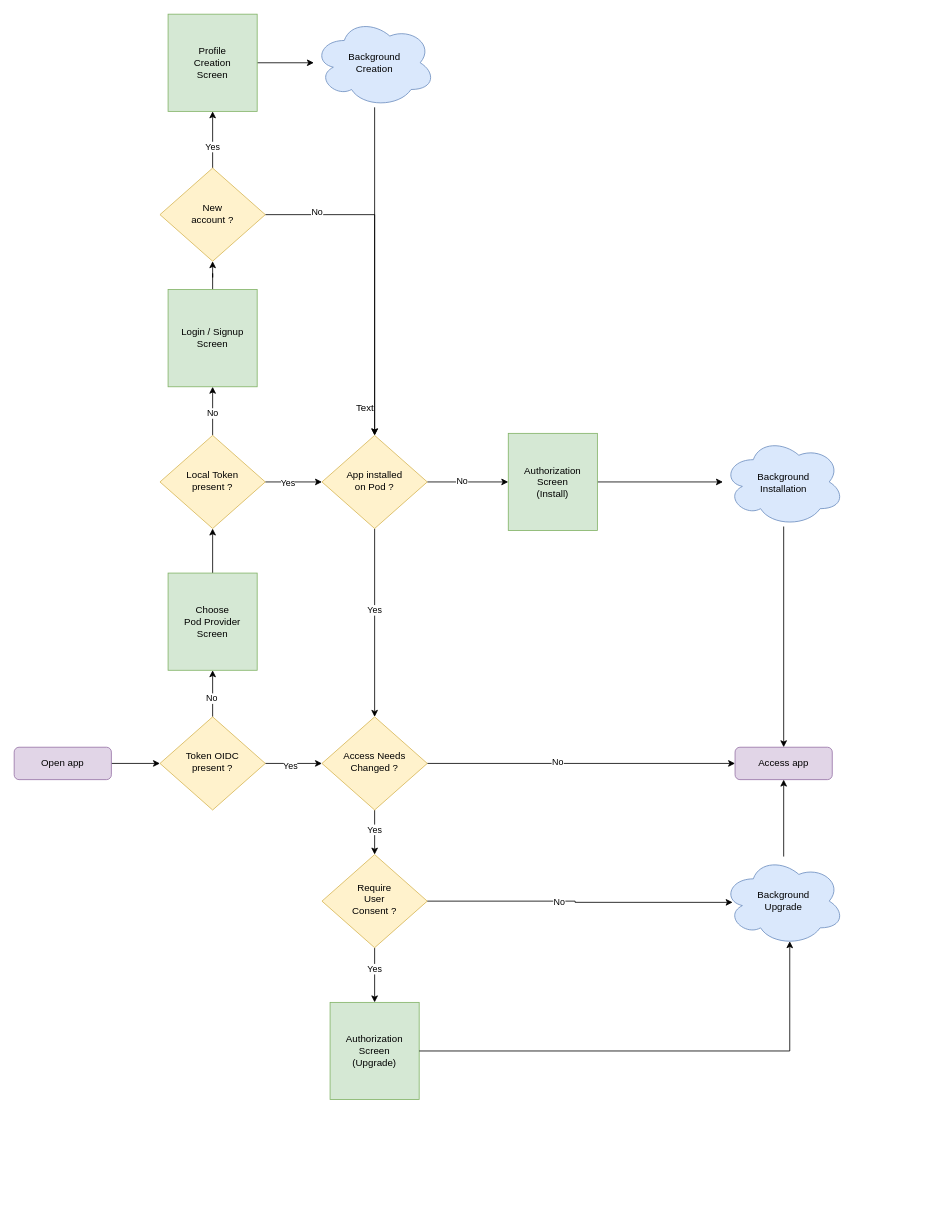
Earlier version of the draw.io diagram app-installation.drawio (activitypods/user-flows). Source tidied: cells renumbered, new cells numbered last; positions are measured from the earlier drawing's top-left corner, leaving out a move shared by most shapes. Both pictures are drawn from the tidied source at 81%, with x=0, y=0 at pixel (14, 14).
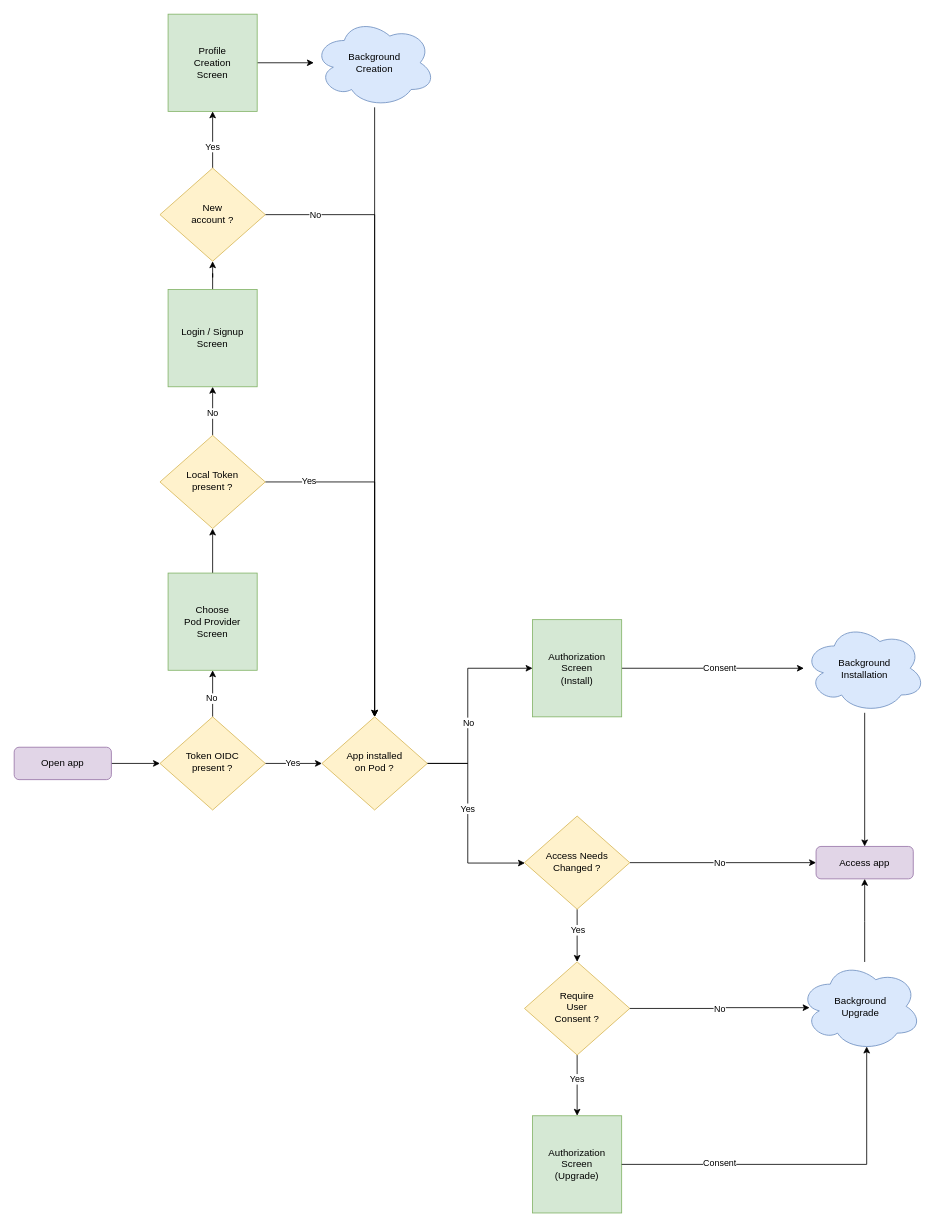
After the change.

Commit message:
Add missing step "Is app installed ?"

The change refers to these unchanged cells:
```xml
<mxCell id="8" value="Token OIDC&lt;br&gt;present ?" style="rhombus;whiteSpace=wrap;html=1;shadow=0;fontFamily=Helvetica;fontSize=12;align=center;strokeWidth=1;spacing=6;spacingTop=-4;fillColor=#fff2cc;strokeColor=#d6b656;" parent="1" vertex="1">
  <mxGeometry x="180" y="867.5" width="130" height="115" as="geometry" />
</mxCell>
<mxCell id="11" style="edgeStyle=orthogonalEdgeStyle;rounded=0;jettySize=auto;html=1;" parent="1" edge="1" source="15" target="16">
  <mxGeometry relative="1" as="geometry" />
</mxCell>
<mxCell id="13" style="edgeStyle=orthogonalEdgeStyle;rounded=0;jettySize=auto;html=1;" parent="1" edge="1" source="15" target="44">
  <mxGeometry relative="1" as="geometry" />
</mxCell>
<mxCell id="19" style="edgeStyle=orthogonalEdgeStyle;rounded=0;jettySize=auto;html=1;fontStyle=0;" parent="1" edge="1" source="21" target="35">
  <mxGeometry relative="1" as="geometry" />
</mxCell>
<mxCell id="26" style="edgeStyle=orthogonalEdgeStyle;rounded=0;jettySize=auto;html=1;entryX=0.5;entryY=0;entryDx=0;entryDy=0;" parent="1" edge="1" source="28" target="35">
  <mxGeometry relative="1" as="geometry" />
</mxCell>
<mxCell id="38" style="edgeStyle=orthogonalEdgeStyle;rounded=0;jettySize=auto;html=1;" parent="1" edge="1" source="39" target="41">
  <mxGeometry relative="1" as="geometry" />
</mxCell>
```

What changed in the source:
```diff
@@
-    <mxCell id="6" style="edgeStyle=orthogonalEdgeStyle;rounded=0;jettySize=auto;html=1;" parent="1" edge="1" source="8" target="15">
-      <mxGeometry relative="1" as="geometry" />
-    </mxCell>
-    <mxCell id="7" value="Yes" style="edgeLabel;html=1;align=center;verticalAlign=middle;" parent="6" vertex="1">
-      <mxGeometry x="-0.14" y="-2" relative="1" as="geometry" />
-    </mxCell>
+    <mxCell id="52" style="edgeStyle=orthogonalEdgeStyle;rounded=0;jettySize=auto;html=1;" parent="1" edge="1" source="8" target="35">
+      <mxGeometry relative="1" as="geometry" />
+    </mxCell>
+    <mxCell id="53" value="Yes" style="edgeLabel;html=1;align=center;verticalAlign=middle;" parent="52" vertex="1">
+      <mxGeometry x="-0.07" y="1" relative="1" as="geometry" />
+    </mxCell>
@@
     <mxCell id="12" value="No" style="edgeLabel;html=1;align=center;verticalAlign=middle;" parent="11" vertex="1">
-      <mxGeometry x="-0.16" y="2" relative="1" as="geometry" />
+      <mxGeometry x="-0.16" y="2" relative="1" as="geometry">
+        <mxPoint x="13" y="2" as="offset" />
+      </mxGeometry>
     </mxCell>
@@
-    <mxCell id="14" value="Yes" style="edgeLabel;html=1;align=center;verticalAlign=middle;" parent="13" vertex="1">
-      <mxGeometry x="-0.12" y="-1" relative="1" as="geometry" />
-    </mxCell>
+    <mxCell id="54" value="Yes" style="edgeLabel;html=1;align=center;verticalAlign=middle;" parent="13" vertex="1">
+      <mxGeometry x="-0.24" relative="1" as="geometry" />
+    </mxCell>
     <mxCell id="15" value="Access Needs Changed ?" style="rhombus;whiteSpace=wrap;html=1;shadow=0;fontFamily=Helvetica;fontSize=12;align=center;strokeWidth=1;spacing=6;spacingTop=-4;fillColor=#fff2cc;strokeColor=#d6b656;" parent="1" vertex="1">
-      <mxGeometry x="380" y="867.5" width="130" height="115" as="geometry" />
+      <mxGeometry x="630" y="990" width="130" height="115" as="geometry" />
     </mxCell>
     <mxCell id="16" value="Access app" style="rounded=1;whiteSpace=wrap;html=1;fontSize=12;glass=0;strokeWidth=1;shadow=0;fillColor=#e1d5e7;strokeColor=#9673a6;" parent="1" vertex="1">
-      <mxGeometry x="890" y="905" width="120" height="40" as="geometry" />
+      <mxGeometry x="990" y="1027.5" width="120" height="40" as="geometry" />
     </mxCell>
@@
-    <mxCell id="20" value="Yes" style="edgeLabel;html=1;align=center;verticalAlign=middle;fontStyle=0;" parent="19" vertex="1">
-      <mxGeometry x="-0.22" y="-1" relative="1" as="geometry" />
-    </mxCell>
+    <mxCell id="55" value="Yes" style="edgeLabel;html=1;align=center;verticalAlign=middle;" parent="19" vertex="1">
+      <mxGeometry x="-0.75" y="1" relative="1" as="geometry" />
+    </mxCell>
@@
     <mxCell id="27" value="No" style="edgeLabel;html=1;align=center;verticalAlign=middle;" parent="26" vertex="1">
-      <mxGeometry x="-0.69" y="3" relative="1" as="geometry" />
+      <mxGeometry x="-0.69" y="3" relative="1" as="geometry">
+        <mxPoint x="-56" y="3" as="offset" />
+      </mxGeometry>
     </mxCell>
@@
     <mxCell id="31" style="edgeStyle=orthogonalEdgeStyle;rounded=0;jettySize=auto;html=1;" parent="1" edge="1" source="35" target="15">
-      <mxGeometry relative="1" as="geometry" />
+      <mxGeometry relative="1" as="geometry">
+        <Array as="points">
+          <mxPoint x="560" y="925" />
+          <mxPoint x="560" y="1048" />
+        </Array>
+      </mxGeometry>
     </mxCell>
@@
     <mxCell id="33" style="edgeStyle=orthogonalEdgeStyle;rounded=0;jettySize=auto;html=1;entryX=0;entryY=0.5;entryDx=0;entryDy=0;" parent="1" edge="1" source="35" target="39">
-      <mxGeometry relative="1" as="geometry" />
+      <mxGeometry relative="1" as="geometry">
+        <Array as="points">
+          <mxPoint x="560" y="925" />
+          <mxPoint x="560" y="807" />
+        </Array>
+      </mxGeometry>
     </mxCell>
     <mxCell id="34" value="No" style="edgeLabel;html=1;align=center;verticalAlign=middle;" parent="33" vertex="1">
-      <mxGeometry x="-0.16" y="3" relative="1" as="geometry">
-        <mxPoint y="1" as="offset" />
-      </mxGeometry>
+      <mxGeometry x="-0.18" relative="1" as="geometry" />
     </mxCell>
     <mxCell id="35" value="App installed&lt;br&gt;on Pod ?" style="rhombus;whiteSpace=wrap;html=1;shadow=0;fontFamily=Helvetica;fontSize=12;align=center;strokeWidth=1;spacing=6;spacingTop=-4;fillColor=#fff2cc;strokeColor=#d6b656;fontStyle=0;" parent="1" vertex="1">
-      <mxGeometry x="380" y="520" width="130" height="115" as="geometry" />
+      <mxGeometry x="380" y="867.5" width="130" height="115" as="geometry" />
     </mxCell>
@@
+    <mxCell id="56" value="Consent" style="edgeLabel;html=1;align=center;verticalAlign=middle;" parent="38" vertex="1">
+      <mxGeometry x="0.04" y="-5" relative="1" as="geometry">
+        <mxPoint x="3" y="-5" as="offset" />
+      </mxGeometry>
+    </mxCell>
     <mxCell id="39" value="Authorization&lt;br&gt;Screen&lt;br&gt;(Install)" style="rounded=0;whiteSpace=wrap;html=1;fillColor=#d5e8d4;strokeColor=#82b366;" parent="1" vertex="1">
-      <mxGeometry x="610" y="517.5" width="110" height="120" as="geometry" />
+      <mxGeometry x="640" y="747.5" width="110" height="120" as="geometry" />
     </mxCell>
@@
     <mxCell id="41" value="Background&lt;br&gt;Installation" style="ellipse;shape=cloud;whiteSpace=wrap;html=1;fillColor=#dae8fc;strokeColor=#6c8ebf;" parent="1" vertex="1">
-      <mxGeometry x="875" y="522.5" width="150" height="110" as="geometry" />
+      <mxGeometry x="975" y="752.5" width="150" height="110" as="geometry" />
     </mxCell>
@@
     <mxCell id="44" value="Require&lt;br&gt;User&lt;br&gt;Consent ?" style="rhombus;whiteSpace=wrap;html=1;shadow=0;fontFamily=Helvetica;fontSize=12;align=center;strokeWidth=1;spacing=6;spacingTop=-4;fillColor=#fff2cc;strokeColor=#d6b656;" parent="1" vertex="1">
-      <mxGeometry x="380" y="1037.5" width="130" height="115" as="geometry" />
+      <mxGeometry x="630" y="1170" width="130" height="115" as="geometry" />
     </mxCell>
     <mxCell id="45" style="edgeStyle=orthogonalEdgeStyle;rounded=0;jettySize=auto;html=1;entryX=0.5;entryY=1;entryDx=0;entryDy=0;" parent="1" edge="1" source="46" target="16">
-      <mxGeometry relative="1" as="geometry" />
+      <mxGeometry relative="1" as="geometry">
+        <Array as="points">
+          <mxPoint x="1050" y="1120" />
+          <mxPoint x="1050" y="1120" />
+        </Array>
+      </mxGeometry>
     </mxCell>
     <mxCell id="46" value="Background&lt;br&gt;Upgrade" style="ellipse;shape=cloud;whiteSpace=wrap;html=1;fillColor=#dae8fc;strokeColor=#6c8ebf;" parent="1" vertex="1">
-      <mxGeometry x="875" y="1040" width="150" height="110" as="geometry" />
+      <mxGeometry x="970" y="1170" width="150" height="110" as="geometry" />
     </mxCell>
     <mxCell id="47" value="Authorization&lt;br&gt;Screen&lt;br&gt;(Upgrade)" style="rounded=0;whiteSpace=wrap;html=1;fillColor=#d5e8d4;strokeColor=#82b366;" parent="1" vertex="1">
-      <mxGeometry x="390" y="1220" width="110" height="120" as="geometry" />
+      <mxGeometry x="640" y="1360" width="110" height="120" as="geometry" />
     </mxCell>
-    <mxCell id="48" style="edgeStyle=orthogonalEdgeStyle;rounded=0;jettySize=auto;html=1;entryX=0.55;entryY=0.95;entryDx=0;entryDy=0;entryPerimeter=0;" parent="1" edge="1" source="47" target="46">
-      <mxGeometry relative="1" as="geometry" />
-    </mxCell>
     <mxCell id="49" style="edgeStyle=orthogonalEdgeStyle;rounded=0;jettySize=auto;html=1;exitX=1;exitY=0.5;exitDx=0;exitDy=0;entryX=0.08;entryY=0.514;entryDx=0;entryDy=0;entryPerimeter=0;" parent="1" edge="1" source="44" target="46">
-      <mxGeometry relative="1" as="geometry" />
+      <mxGeometry relative="1" as="geometry">
+        <Array as="points">
+          <mxPoint x="865" y="1228" />
+        </Array>
+      </mxGeometry>
     </mxCell>
     <mxCell id="50" value="No" style="edgeLabel;html=1;align=center;verticalAlign=middle;" parent="49" vertex="1">
       <mxGeometry x="-0.14" relative="1" as="geometry">
-        <mxPoint x="-1" as="offset" />
+        <mxPoint x="14" as="offset" />
       </mxGeometry>
     </mxCell>
-    <mxCell id="51" value="Text" style="text;html=1;align=center;verticalAlign=middle;" parent="1" vertex="1">
-      <mxGeometry x="408" y="471" width="50" height="30" as="geometry" />
-    </mxCell>
+    <mxCell id="48" style="edgeStyle=orthogonalEdgeStyle;rounded=0;jettySize=auto;html=1;entryX=0.55;entryY=0.95;entryDx=0;entryDy=0;entryPerimeter=0;" parent="1" edge="1" source="47" target="46">
+      <mxGeometry relative="1" as="geometry">
+        <Array as="points">
+          <mxPoint x="1053" y="1420" />
+        </Array>
+      </mxGeometry>
+    </mxCell>
+    <mxCell id="57" value="Consent" style="edgeLabel;html=1;align=center;verticalAlign=middle;" parent="48" vertex="1">
+      <mxGeometry x="-0.51" y="3" relative="1" as="geometry">
+        <mxPoint x="10" as="offset" />
+      </mxGeometry>
+    </mxCell>
```
